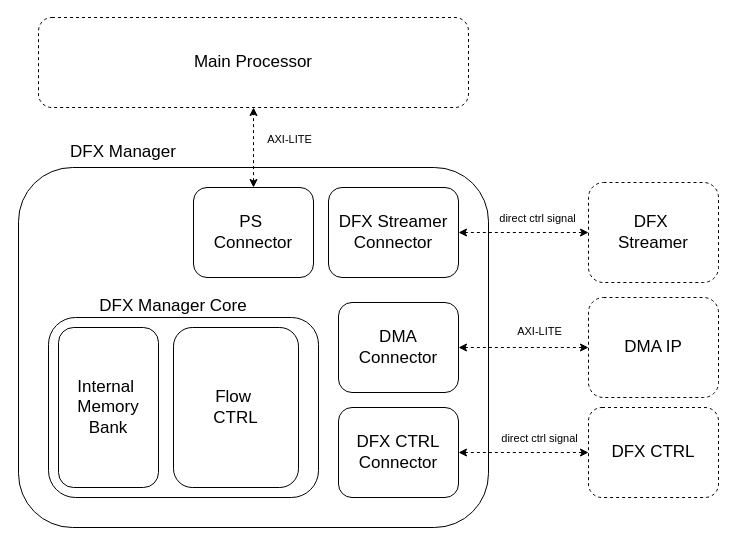
Tanawin1701d/dfx4ml_infra keeps this draw.io diagram as page "DFX_MNG" (10 of 14) of doc/tech_report/images/HLS4ML_SEQ.drawio. Above is the earlier version. Source tidied: cells renumbered, new cells numbered last; positions are measured from the earlier drawing's top-left corner, leaving out a move shared by most shapes. Both pictures are drawn from the tidied source at 100%, with x=0, y=0 at pixel (18, 17).
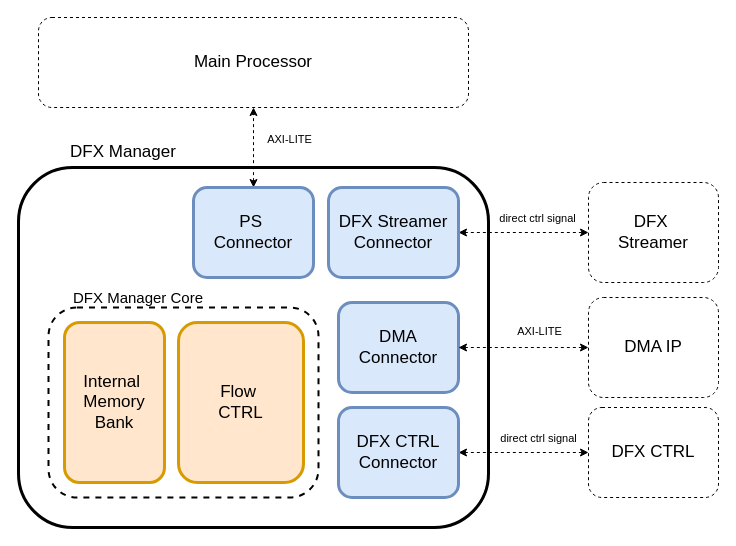
After the change.

The change refers to these unchanged cells:
```xml
<mxCell id="14" style="edgeStyle=orthogonalEdgeStyle;rounded=0;jettySize=auto;html=1;exitX=1;exitY=0.5;exitDx=0;exitDy=0;entryX=0;entryY=0.5;entryDx=0;entryDy=0;startArrow=classic;startFill=1;dashed=1;" parent="1" edge="1" source="16" target="21">
  <mxGeometry relative="1" as="geometry" />
</mxCell>
```

The edit, as a diff of the source:
```diff
@@
-    <mxCell id="2" style="rounded=1;whiteSpace=wrap;html=1;fillColor=none;" parent="1" vertex="1">
+    <mxCell id="2" style="rounded=1;whiteSpace=wrap;html=1;fillColor=none;strokeWidth=3;" parent="1" vertex="1">
       <mxGeometry y="150" width="470" height="360" as="geometry" />
     </mxCell>
-    <mxCell id="3" style="rounded=1;whiteSpace=wrap;html=1;fillColor=none;" parent="1" vertex="1">
-      <mxGeometry x="30" y="300" width="270" height="180" as="geometry" />
+    <mxCell id="3" style="rounded=1;whiteSpace=wrap;html=1;fillColor=none;strokeColor=#000000;strokeWidth=2;dashed=1;" parent="1" vertex="1">
+      <mxGeometry x="30" y="290" width="270" height="190" as="geometry" />
     </mxCell>
@@
-    <mxCell id="7" value="&lt;font style=&quot;font-size: 17px;&quot;&gt;PS&amp;nbsp;&lt;br&gt;Connector&lt;/font&gt;" style="rounded=1;whiteSpace=wrap;html=1;fillColor=none;" parent="1" vertex="1">
+    <mxCell id="7" value="&lt;font style=&quot;font-size: 17px;&quot;&gt;PS&amp;nbsp;&lt;br&gt;Connector&lt;/font&gt;" style="rounded=1;whiteSpace=wrap;html=1;fillColor=#dae8fc;strokeColor=#6c8ebf;strokeWidth=3;" parent="1" vertex="1">
       <mxGeometry x="175" y="170" width="120" height="90" as="geometry" />
     </mxCell>
-    <mxCell id="8" value="&lt;font style=&quot;font-size: 17px;&quot;&gt;DFX Manager Core&lt;/font&gt;" style="text;html=1;whiteSpace=wrap;strokeColor=none;fillColor=none;align=center;verticalAlign=middle;rounded=0;" parent="1" vertex="1">
-      <mxGeometry x="55" y="274" width="200" height="30" as="geometry" />
+    <mxCell id="8" value="&lt;font style=&quot;font-size: 15px;&quot;&gt;DFX Manager Core&lt;/font&gt;" style="text;html=1;whiteSpace=wrap;strokeColor=none;fillColor=none;align=center;verticalAlign=middle;rounded=0;" parent="1" vertex="1">
+      <mxGeometry x="20" y="265" width="200" height="30" as="geometry" />
     </mxCell>
@@
-    <mxCell id="11" value="&lt;font style=&quot;font-size: 17px;&quot;&gt;DFX Streamer Connector&lt;/font&gt;" style="rounded=1;whiteSpace=wrap;html=1;fillColor=none;" parent="1" vertex="1">
+    <mxCell id="11" value="&lt;font style=&quot;font-size: 17px;&quot;&gt;DFX Streamer Connector&lt;/font&gt;" style="rounded=1;whiteSpace=wrap;html=1;fillColor=#dae8fc;strokeWidth=3;strokeColor=#6c8ebf;" parent="1" vertex="1">
       <mxGeometry x="310" y="170" width="130" height="90" as="geometry" />
     </mxCell>
-    <mxCell id="12" value="&lt;font style=&quot;font-size: 17px;&quot;&gt;Internal&amp;nbsp;&lt;br&gt;Memory Bank&lt;/font&gt;" style="rounded=1;whiteSpace=wrap;html=1;fillColor=none;" parent="1" vertex="1">
-      <mxGeometry x="40" y="310" width="100" height="160" as="geometry" />
+    <mxCell id="12" value="&lt;font style=&quot;font-size: 17px;&quot;&gt;Internal&amp;nbsp;&lt;br&gt;Memory Bank&lt;/font&gt;" style="rounded=1;whiteSpace=wrap;html=1;fillColor=#ffe6cc;strokeColor=#d79b00;strokeWidth=3;" parent="1" vertex="1">
+      <mxGeometry x="46" y="305" width="100" height="160" as="geometry" />
     </mxCell>
-    <mxCell id="13" value="&lt;font style=&quot;font-size: 17px;&quot;&gt;DMA&lt;br&gt;Connector&lt;/font&gt;" style="rounded=1;whiteSpace=wrap;html=1;fillColor=none;" parent="1" vertex="1">
+    <mxCell id="13" value="&lt;font style=&quot;font-size: 17px;&quot;&gt;DMA&lt;br&gt;Connector&lt;/font&gt;" style="rounded=1;whiteSpace=wrap;html=1;fillColor=#dae8fc;strokeWidth=3;strokeColor=#6c8ebf;" parent="1" vertex="1">
       <mxGeometry x="320" y="285" width="120" height="90" as="geometry" />
     </mxCell>
@@
     <mxCell id="15" value="direct ctrl signal" style="edgeLabel;html=1;align=center;verticalAlign=middle;labelBackgroundColor=none;" parent="14" vertex="1">
       <mxGeometry x="0.13" relative="1" as="geometry">
-        <mxPoint x="7" y="-15" as="offset" />
+        <mxPoint x="6" y="-15" as="offset" />
       </mxGeometry>
     </mxCell>
-    <mxCell id="16" value="&lt;font style=&quot;font-size: 17px;&quot;&gt;DFX CTRL&lt;br&gt;Connector&lt;/font&gt;" style="rounded=1;whiteSpace=wrap;html=1;fillColor=none;" parent="1" vertex="1">
+    <mxCell id="16" value="&lt;font style=&quot;font-size: 17px;&quot;&gt;DFX CTRL&lt;br&gt;Connector&lt;/font&gt;" style="rounded=1;whiteSpace=wrap;html=1;fillColor=#dae8fc;strokeWidth=3;strokeColor=#6c8ebf;" parent="1" vertex="1">
       <mxGeometry x="320" y="390" width="120" height="90" as="geometry" />
     </mxCell>
-    <mxCell id="17" value="&lt;font style=&quot;font-size: 17px;&quot;&gt;Flow&amp;nbsp;&lt;br&gt;CTRL&lt;/font&gt;" style="rounded=1;whiteSpace=wrap;html=1;fillColor=none;" parent="1" vertex="1">
-      <mxGeometry x="155" y="310" width="125" height="160" as="geometry" />
+    <mxCell id="17" value="&lt;font style=&quot;font-size: 17px;&quot;&gt;Flow&amp;nbsp;&lt;br&gt;CTRL&lt;/font&gt;" style="rounded=1;whiteSpace=wrap;html=1;fillColor=#ffe6cc;strokeColor=#d79b00;strokeWidth=3;" parent="1" vertex="1">
+      <mxGeometry x="160" y="305" width="125" height="160" as="geometry" />
     </mxCell>
```
